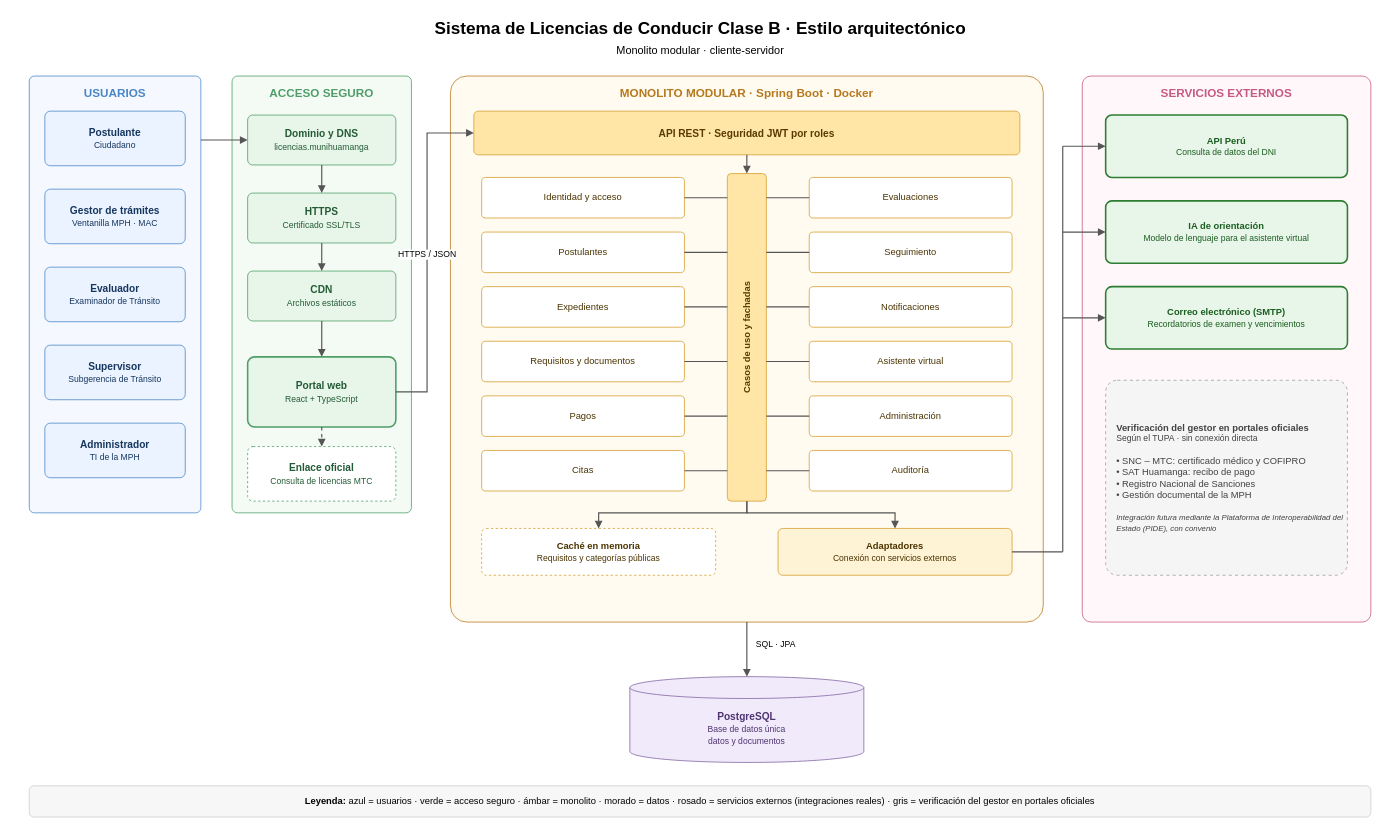
AdirNC-27/sistema-licencias-conducir-arquitectura keeps this draw.io diagram as img/fuentes/estilo-arquitectonico.drawio. Above is the earlier version. Source tidied: cells renumbered, new cells numbered last; positions are measured from the earlier drawing's top-left corner, leaving out a move shared by most shapes. Both pictures are drawn from the tidied source at 78%, with x=0, y=0 at pixel (13, 13).
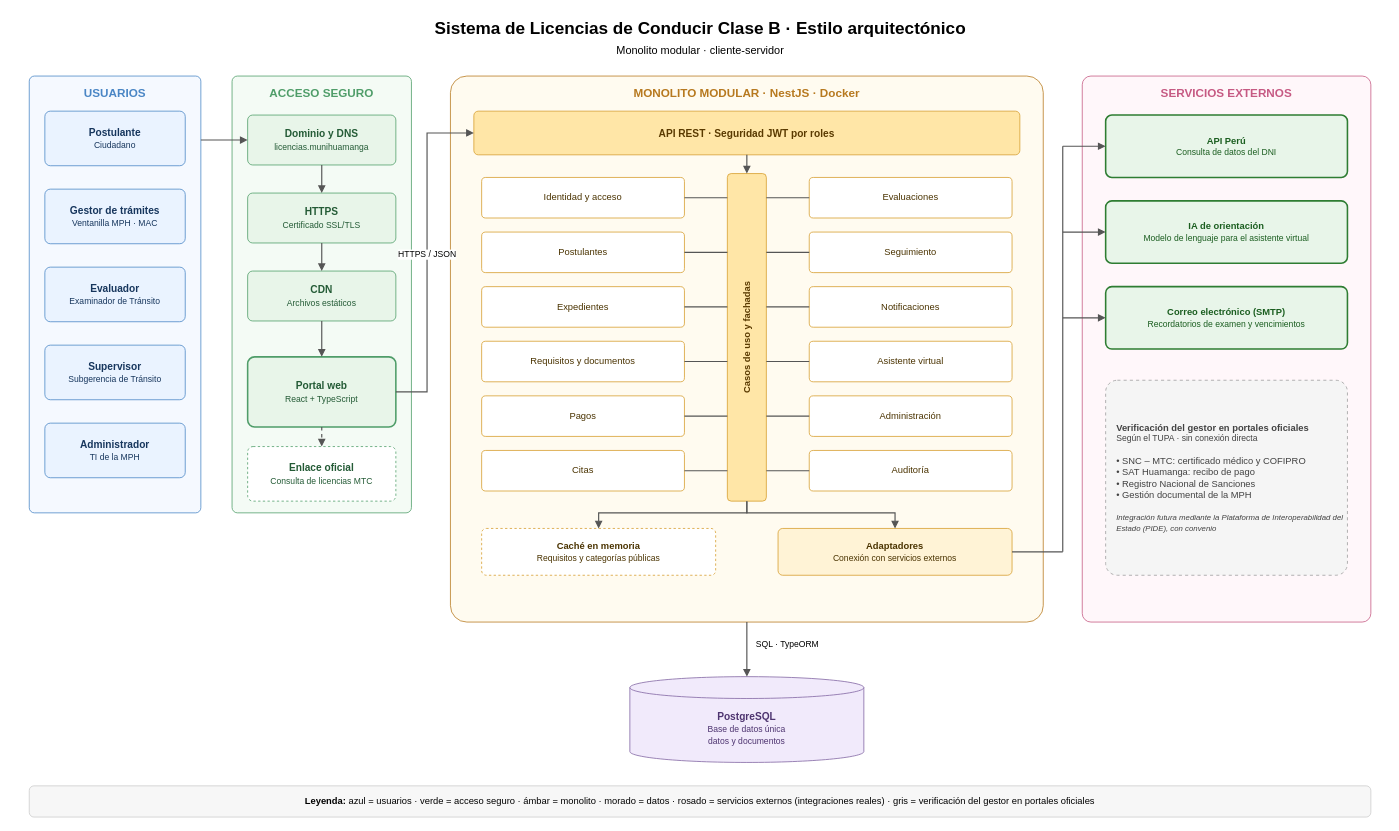
The same diagram, later.

What changed in the source:
```diff
@@
-    <mxCell id="19" value="MONOLITO MODULAR · Spring Boot · Docker" style="rounded=1;arcSize=3;whiteSpace=wrap;html=1;verticalAlign=top;fontSize=15;fontStyle=1;spacingTop=6;fontFamily=Helvetica;fillColor=#FFFBF0;strokeColor=#B7791F;fontColor=#B7791F;" parent="1" vertex="1">
+    <mxCell id="19" value="MONOLITO MODULAR · NestJS · Docker" style="rounded=1;arcSize=3;whiteSpace=wrap;html=1;verticalAlign=top;fontSize=15;fontStyle=1;spacingTop=6;fontFamily=Helvetica;fillColor=#FFFBF0;strokeColor=#B7791F;fontColor=#B7791F;" parent="1" vertex="1">
       <mxGeometry x="560" y="80" width="760" height="700" as="geometry" />
     </mxCell>
@@
-    <mxCell id="54" value="&lt;span style='font-size:11px'&gt;SQL · JPA&lt;/span&gt;" style="text;html=1;align=left;strokeColor=none;fillColor=none;fontFamily=Helvetica;" parent="1" vertex="1">
+    <mxCell id="54" value="&lt;span style='font-size:11px'&gt;SQL · TypeORM&lt;/span&gt;" style="text;html=1;align=left;strokeColor=none;fillColor=none;fontFamily=Helvetica;" parent="1" vertex="1">
       <mxGeometry x="950" y="795" width="120" height="30" as="geometry" />
     </mxCell>
```
